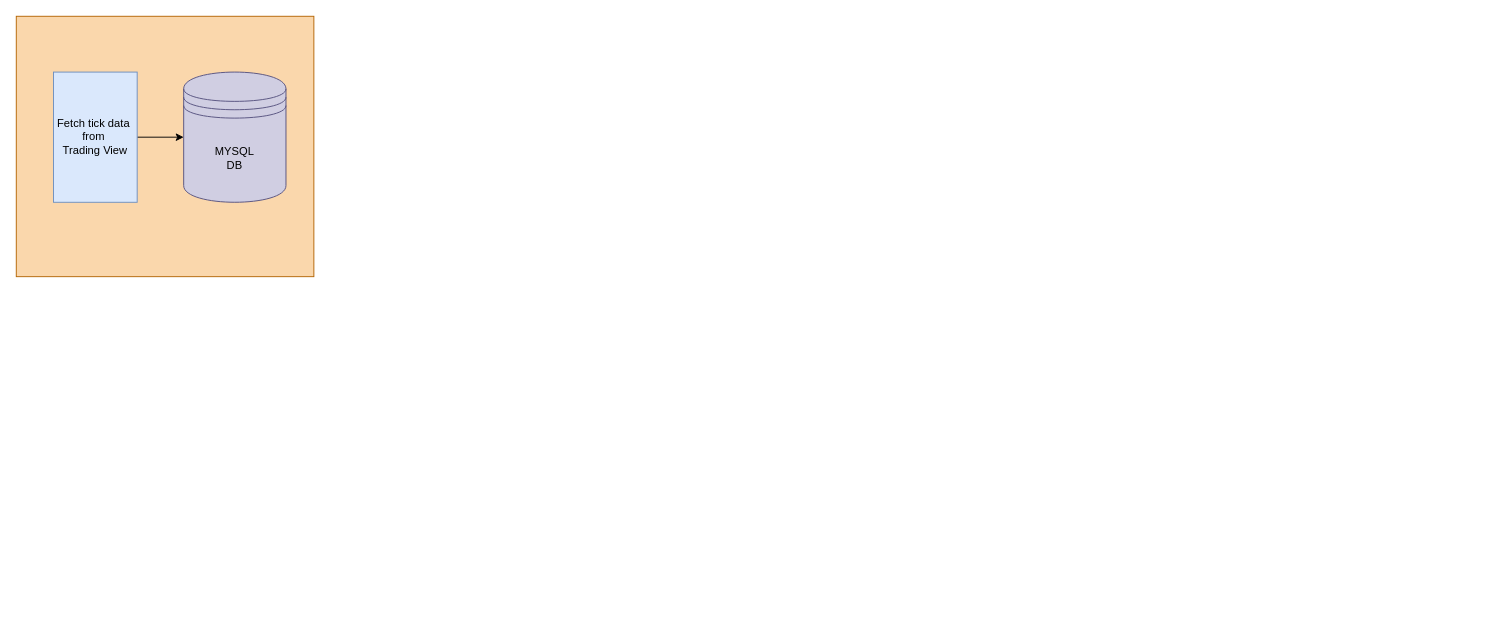
Before: Untitled Diagram.drawio in vishalnadagiri/Web_Scraper, a draw.io diagram. Source tidied: cells renumbered, new cells numbered last; positions are measured from the earlier drawing's top-left corner, leaving out a move shared by most shapes. Both pictures are drawn from the tidied source at 93%, with x=0, y=0 at pixel (16, 16).
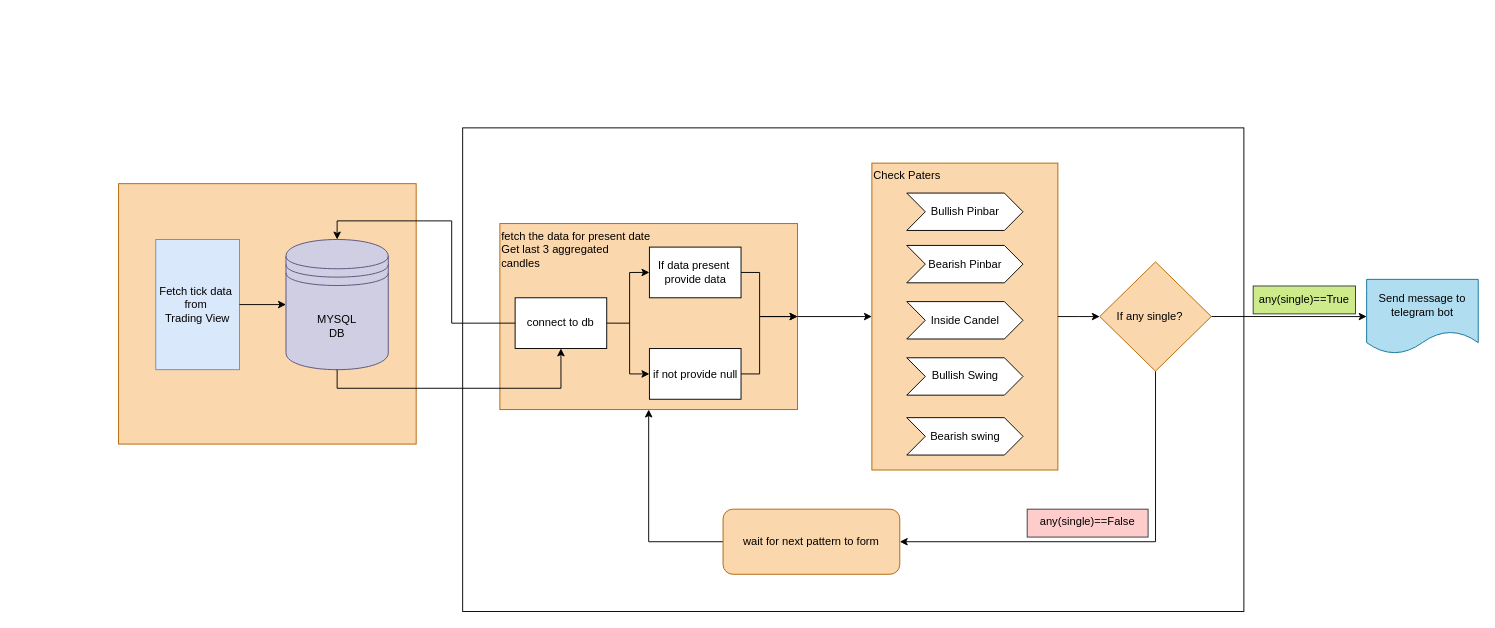
Above is the later version.

The edit, as a diff of the source:
```diff
@@
+    <mxCell id="6" style="rounded=0;whiteSpace=wrap;html=1;" parent="1" vertex="1">
+      <mxGeometry x="480" y="120" width="840" height="520" as="geometry" />
+    </mxCell>
+    <mxCell id="7" style="group;" parent="1" vertex="1">
+      <mxGeometry x="520" y="230" width="320" height="200" as="geometry" />
+    </mxCell>
+    <mxCell id="8" value="fetch the data for present date&amp;nbsp;&lt;br&gt;Get last 3 aggregated&amp;nbsp;&lt;br style=&quot;border-color: var(--border-color);&quot;&gt;candles" style="rounded=0;whiteSpace=wrap;html=1;align=left;verticalAlign=top;fillColor=#fad7ac;strokeColor=#b46504;" parent="7" vertex="1">
+      <mxGeometry y="-7.1" width="320" height="200" as="geometry" />
+    </mxCell>
+    <mxCell id="9" value="connect to db" style="rounded=0;whiteSpace=wrap;html=1;" parent="7" vertex="1">
+      <mxGeometry x="16.4" y="72.7" width="98.5" height="54.5" as="geometry" />
+    </mxCell>
+    <mxCell id="10" style="edgeStyle=orthogonalEdgeStyle;rounded=0;jettySize=auto;html=1;exitX=1;exitY=0.5;exitDx=0;exitDy=0;entryX=1;entryY=0.5;entryDx=0;entryDy=0;" parent="7" edge="1" source="11" target="8">
+      <mxGeometry relative="1" as="geometry" />
+    </mxCell>
+    <mxCell id="11" value="If data present&amp;nbsp;&lt;br&gt;provide data" style="rounded=0;whiteSpace=wrap;html=1;" parent="7" vertex="1">
+      <mxGeometry x="160.8" y="18.2" width="98.5" height="54.5" as="geometry" />
+    </mxCell>
+    <mxCell id="12" style="edgeStyle=orthogonalEdgeStyle;rounded=0;jettySize=auto;html=1;exitX=1;exitY=0.5;exitDx=0;exitDy=0;entryX=0;entryY=0.5;entryDx=0;entryDy=0;" parent="7" edge="1" source="9" target="11">
+      <mxGeometry relative="1" as="geometry">
+        <Array as="points">
+          <mxPoint x="139.5" y="100" />
+          <mxPoint x="139.5" y="45.5" />
+        </Array>
+      </mxGeometry>
+    </mxCell>
+    <mxCell id="13" style="edgeStyle=orthogonalEdgeStyle;rounded=0;jettySize=auto;html=1;exitX=0;exitY=0.5;exitDx=0;exitDy=0;entryX=0;entryY=0.5;entryDx=0;entryDy=0;" parent="7" edge="1" target="15">
+      <mxGeometry relative="1" as="geometry">
+        <mxPoint x="139.5" y="100" as="sourcePoint" />
+        <Array as="points">
+          <mxPoint x="139.5" y="154.5" />
+        </Array>
+      </mxGeometry>
+    </mxCell>
+    <mxCell id="14" style="edgeStyle=orthogonalEdgeStyle;rounded=0;jettySize=auto;html=1;exitX=1;exitY=0.5;exitDx=0;exitDy=0;entryX=1;entryY=0.5;entryDx=0;entryDy=0;" parent="7" edge="1" source="15" target="8">
+      <mxGeometry relative="1" as="geometry" />
+    </mxCell>
+    <mxCell id="15" value="if not provide null" style="rounded=0;whiteSpace=wrap;html=1;" parent="7" vertex="1">
+      <mxGeometry x="160.8" y="127.3" width="98.5" height="54.5" as="geometry" />
+    </mxCell>
+    <mxCell id="16" style="group;" parent="1" vertex="1">
+      <mxGeometry x="920" y="157.9" width="200" height="330" as="geometry" />
+    </mxCell>
+    <mxCell id="17" value="Check Paters" style="rounded=0;whiteSpace=wrap;html=1;align=left;verticalAlign=top;fillColor=#fad7ac;strokeColor=#b46504;" parent="16" vertex="1">
+      <mxGeometry width="200" height="330" as="geometry" />
+    </mxCell>
+    <mxCell id="18" value="Bullish Pinbar" style="shape=step;perimeter=stepPerimeter;whiteSpace=wrap;html=1;fixedSize=1;" parent="16" vertex="1">
+      <mxGeometry x="37.5" y="32.2" width="125" height="40.2" as="geometry" />
+    </mxCell>
+    <mxCell id="19" value="Bearish Pinbar" style="shape=step;perimeter=stepPerimeter;whiteSpace=wrap;html=1;fixedSize=1;" parent="16" vertex="1">
+      <mxGeometry x="37.5" y="88.5" width="125" height="40.2" as="geometry" />
+    </mxCell>
+    <mxCell id="20" value="Inside Candel" style="shape=step;perimeter=stepPerimeter;whiteSpace=wrap;html=1;fixedSize=1;" parent="16" vertex="1">
+      <mxGeometry x="37.5" y="148.9" width="125" height="40.2" as="geometry" />
+    </mxCell>
+    <mxCell id="21" value="Bullish Swing" style="shape=step;perimeter=stepPerimeter;whiteSpace=wrap;html=1;fixedSize=1;" parent="16" vertex="1">
+      <mxGeometry x="37.5" y="209.3" width="125" height="40.2" as="geometry" />
+    </mxCell>
+    <mxCell id="22" value="Bearish swing" style="shape=step;perimeter=stepPerimeter;whiteSpace=wrap;html=1;fixedSize=1;" parent="16" vertex="1">
+      <mxGeometry x="37.5" y="273.7" width="125" height="40.2" as="geometry" />
+    </mxCell>
+    <mxCell id="23" style="edgeStyle=orthogonalEdgeStyle;rounded=0;jettySize=auto;html=1;exitX=1;exitY=0.5;exitDx=0;exitDy=0;entryX=0;entryY=0.5;entryDx=0;entryDy=0;" parent="1" edge="1" source="8" target="17">
+      <mxGeometry relative="1" as="geometry" />
+    </mxCell>
+    <mxCell id="24" style="edgeStyle=orthogonalEdgeStyle;rounded=0;jettySize=auto;html=1;exitX=1;exitY=0.5;exitDx=0;exitDy=0;entryX=0;entryY=0.5;entryDx=0;entryDy=0;" parent="1" edge="1" source="26" target="32">
+      <mxGeometry relative="1" as="geometry" />
+    </mxCell>
+    <mxCell id="25" style="edgeStyle=orthogonalEdgeStyle;rounded=0;jettySize=auto;html=1;entryX=1;entryY=0.5;entryDx=0;entryDy=0;" parent="1" edge="1" source="26" target="31">
+      <mxGeometry relative="1" as="geometry">
+        <Array as="points">
+          <mxPoint x="1225" y="565" />
+        </Array>
+      </mxGeometry>
+    </mxCell>
+    <mxCell id="26" value="&amp;nbsp; &amp;nbsp; &amp;nbsp;If any single?" style="rhombus;whiteSpace=wrap;html=1;fillColor=#fad7ac;strokeColor=#b46504;verticalAlign=middle;align=left;" parent="1" vertex="1">
+      <mxGeometry x="1165" y="264.1" width="120" height="117.5" as="geometry" />
+    </mxCell>
+    <mxCell id="27" style="edgeStyle=orthogonalEdgeStyle;rounded=0;jettySize=auto;html=1;exitX=1;exitY=0.5;exitDx=0;exitDy=0;" parent="1" edge="1" source="17" target="26">
+      <mxGeometry relative="1" as="geometry" />
+    </mxCell>
+    <mxCell id="28" value="any(single)==True" style="text;html=1;strokeColor=#36393d;fillColor=#cdeb8b;align=center;verticalAlign=middle;whiteSpace=wrap;rounded=0;" parent="1" vertex="1">
+      <mxGeometry x="1330" y="290" width="110" height="30" as="geometry" />
+    </mxCell>
+    <mxCell id="29" value="any(single)==False" style="text;html=1;strokeColor=#36393d;fillColor=#ffcccc;align=center;verticalAlign=top;whiteSpace=wrap;rounded=0;direction=east;textDirection=rtl;flipH=1;flipV=0;" parent="1" vertex="1">
+      <mxGeometry x="1087" y="530" width="130" height="30" as="geometry" />
+    </mxCell>
+    <mxCell id="30" style="edgeStyle=orthogonalEdgeStyle;rounded=0;jettySize=auto;html=1;entryX=0.5;entryY=1;entryDx=0;entryDy=0;" parent="1" edge="1" source="31" target="8">
+      <mxGeometry relative="1" as="geometry">
+        <Array as="points">
+          <mxPoint x="680" y="565" />
+        </Array>
+      </mxGeometry>
+    </mxCell>
+    <mxCell id="31" value="wait for next pattern to form" style="rounded=1;whiteSpace=wrap;html=1;fillColor=#fad7ac;strokeColor=#b46504;" parent="1" vertex="1">
+      <mxGeometry x="760" y="530" width="190" height="70" as="geometry" />
+    </mxCell>
+    <mxCell id="32" value="Send message to telegram bot" style="shape=document;whiteSpace=wrap;html=1;boundedLbl=1;fillColor=#b1ddf0;strokeColor=#10739e;" parent="1" vertex="1">
+      <mxGeometry x="1452" y="282.9" width="120" height="80" as="geometry" />
+    </mxCell>
+    <mxCell id="33" style="group;" parent="1" vertex="1">
+      <mxGeometry x="110" y="180" width="320" height="280" as="geometry" />
+    </mxCell>
-    <mxCell id="2" style="rounded=0;whiteSpace=wrap;html=1;fillColor=#fad7ac;strokeColor=#b46504;" parent="1" vertex="1">
+    <mxCell id="2" style="rounded=0;whiteSpace=wrap;html=1;fillColor=#fad7ac;strokeColor=#b46504;" parent="33" vertex="1">
       <mxGeometry width="320" height="280" as="geometry" />
     </mxCell>
-    <mxCell id="3" style="edgeStyle=orthogonalEdgeStyle;rounded=0;jettySize=auto;html=1;" parent="1" edge="1" source="4" target="5">
-      <mxGeometry relative="1" as="geometry" />
-    </mxCell>
-    <mxCell id="4" value="Fetch tick data&amp;nbsp;&lt;br&gt;from&amp;nbsp;&lt;br&gt;Trading View" style="rounded=0;whiteSpace=wrap;html=1;fillColor=#dae8fc;strokeColor=#6c8ebf;" parent="1" vertex="1">
+    <mxCell id="4" value="Fetch tick data&amp;nbsp;&lt;br&gt;from&amp;nbsp;&lt;br&gt;Trading View" style="rounded=0;whiteSpace=wrap;html=1;fillColor=#dae8fc;strokeColor=#6c8ebf;" parent="33" vertex="1">
       <mxGeometry x="40" y="60" width="90" height="140" as="geometry" />
     </mxCell>
-    <mxCell id="5" value="MYSQL&lt;br&gt;DB" style="shape=datastore;whiteSpace=wrap;html=1;fillColor=#d0cee2;strokeColor=#56517e;" parent="1" vertex="1">
+    <mxCell id="5" value="MYSQL&lt;br&gt;DB" style="shape=datastore;whiteSpace=wrap;html=1;fillColor=#d0cee2;strokeColor=#56517e;" parent="33" vertex="1">
       <mxGeometry x="180" y="60" width="110" height="140" as="geometry" />
     </mxCell>
+    <mxCell id="3" style="edgeStyle=orthogonalEdgeStyle;rounded=0;jettySize=auto;html=1;" parent="33" edge="1" source="4" target="5">
+      <mxGeometry relative="1" as="geometry" />
+    </mxCell>
+    <mxCell id="34" style="edgeStyle=orthogonalEdgeStyle;rounded=0;jettySize=auto;html=1;exitX=0.5;exitY=1;exitDx=0;exitDy=0;entryX=0.5;entryY=1;entryDx=0;entryDy=0;" parent="1" edge="1" source="5" target="9">
+      <mxGeometry relative="1" as="geometry" />
+    </mxCell>
+    <mxCell id="35" style="edgeStyle=orthogonalEdgeStyle;rounded=0;jettySize=auto;html=1;exitX=0;exitY=0.5;exitDx=0;exitDy=0;entryX=0.5;entryY=0;entryDx=0;entryDy=0;" parent="1" edge="1" source="9" target="5">
+      <mxGeometry relative="1" as="geometry" />
+    </mxCell>
```
